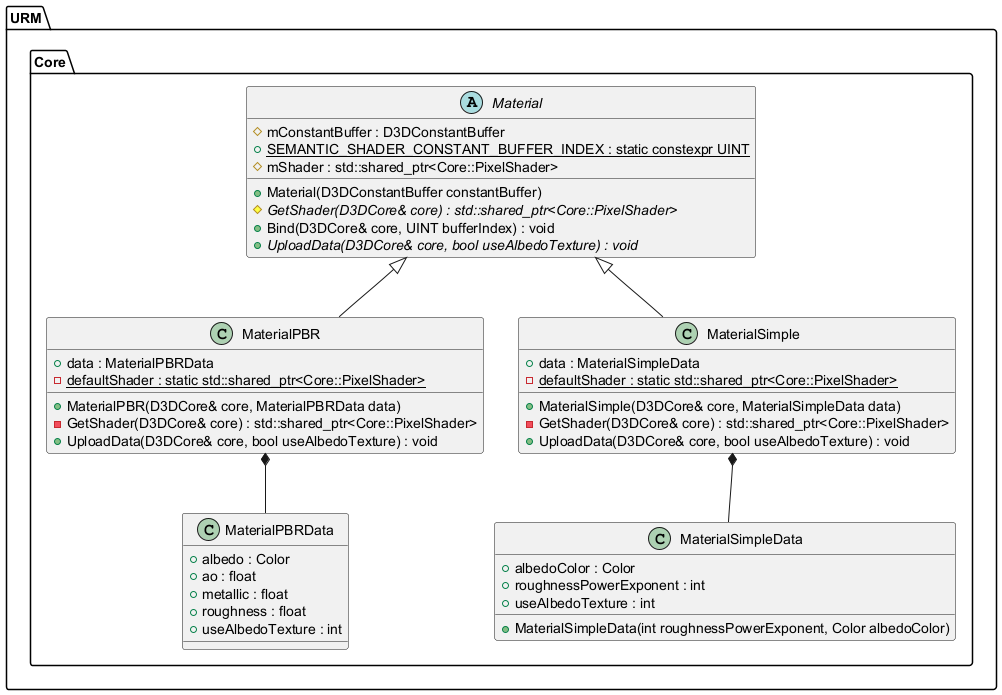
Before: Latex/images/UML/materials.png, a diagram exported from PlantUML (MinikPLayer/MasterThesis_UniversalRenderingModule_D3D11).
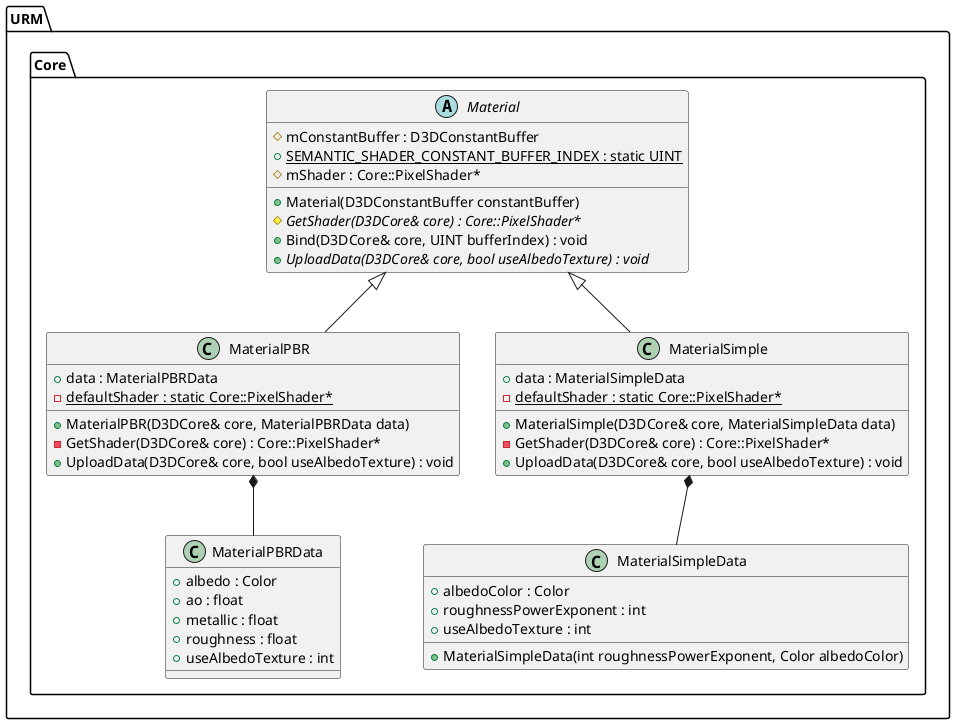
The same diagram one commit later.

Diff of the diagram source:
```diff
@@ -11,9 +11,9 @@
 		abstract class Material {
 			+Material(D3DConstantBuffer constantBuffer)
 			#mConstantBuffer : D3DConstantBuffer
-			+{static} SEMANTIC_SHADER_CONSTANT_BUFFER_INDEX : static constexpr UINT
-			#{abstract} GetShader(D3DCore& core) : std::shared_ptr<Core::PixelShader>
-			#mShader : std::shared_ptr<Core::PixelShader>
+			+{static} SEMANTIC_SHADER_CONSTANT_BUFFER_INDEX : static UINT
+			#{abstract} GetShader(D3DCore& core) : Core::PixelShader*
+			#mShader : Core::PixelShader*
 			+Bind(D3DCore& core, UINT bufferIndex) : void
 			+{abstract} UploadData(D3DCore& core, bool useAlbedoTexture) : void
 		}
@@ -21,16 +21,16 @@
 		class MaterialPBR {
 			+MaterialPBR(D3DCore& core, MaterialPBRData data)
 			+data : MaterialPBRData
-			-{static} defaultShader : static std::shared_ptr<Core::PixelShader>
-			-GetShader(D3DCore& core) : std::shared_ptr<Core::PixelShader>
+			-{static} defaultShader : static Core::PixelShader*
+			-GetShader(D3DCore& core) : Core::PixelShader*
 			+UploadData(D3DCore& core, bool useAlbedoTexture) : void
 		}
 
 		class MaterialSimple {
 			+MaterialSimple(D3DCore& core, MaterialSimpleData data)
 			+data : MaterialSimpleData
-			-{static} defaultShader : static std::shared_ptr<Core::PixelShader>
-			-GetShader(D3DCore& core) : std::shared_ptr<Core::PixelShader>
+			-{static} defaultShader : static Core::PixelShader*
+			-GetShader(D3DCore& core) : Core::PixelShader*
 			+UploadData(D3DCore& core, bool useAlbedoTexture) : void
 		}
 
```
